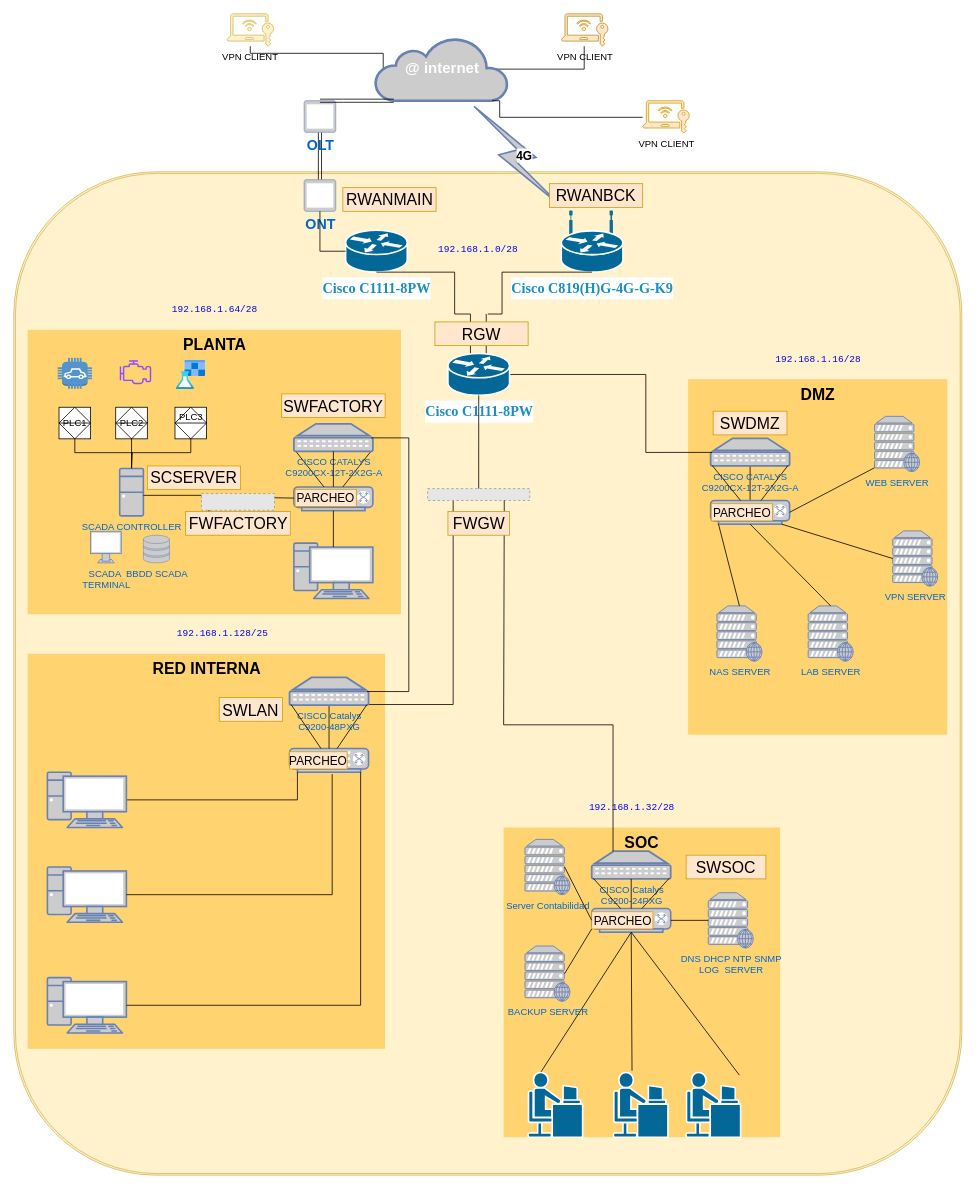
This is auditoria_ficti.drawio from hotspotcepeda/audit_ficti, a draw.io file, before an edit. Source tidied: cells renumbered, new cells numbered last; positions are measured from the earlier drawing's top-left corner, leaving out a move shared by most shapes. Both pictures are drawn from the tidied source at 79%, with x=0, y=0 at pixel (13, 13). Pictures stored in the file or linked from it are replaced by grey dashed boxes.
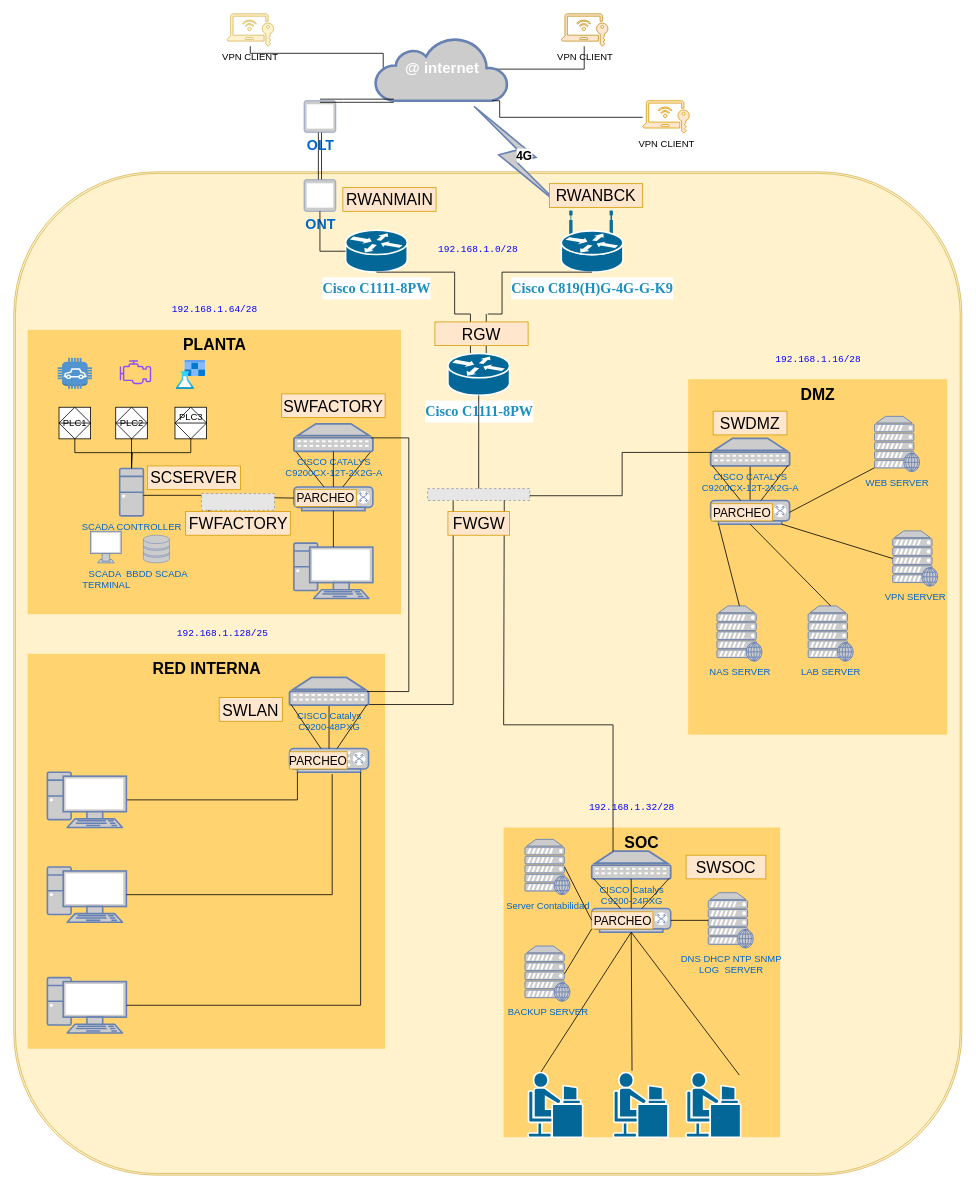
The same diagram, later.

Unchanged cells that the change refers to:
```xml
<mxCell id="43" value="CISCO CATALYS &lt;br&gt;C9200CX-12T-2X2G-A&lt;br&gt;" style="fontColor=#0066CC;verticalAlign=top;verticalLabelPosition=bottom;labelPosition=center;align=center;html=1;outlineConnect=0;fillColor=#CCCCCC;strokeColor=#6881B3;gradientColor=none;gradientDirection=north;strokeWidth=2;shape=mxgraph.networks.patch_panel;" parent="1" vertex="1">
  <mxGeometry x="882" y="537.3" width="100" height="35" as="geometry" />
</mxCell>
<mxCell id="79" value="&lt;h1 style=&quot;border-color: var(--border-color); box-sizing: border-box; font-size: 18px; margin: 0px; line-height: 1.75rem; font-family: Montserrat, serif; color: rgb(28, 142, 193); padding-top: 0px; text-align: start; background-color: rgb(255, 255, 255);&quot; class=&quot;product--title&quot;&gt;Cisco C1111-8PW&lt;br&gt;&lt;/h1&gt;" style="shape=mxgraph.cisco.routers.router;sketch=0;html=1;dashed=0;fillColor=#036897;strokeColor=#ffffff;strokeWidth=2;verticalLabelPosition=bottom;verticalAlign=top;align=center;outlineConnect=0;" parent="1" vertex="1">
  <mxGeometry x="549.5" y="430" width="78" height="53" as="geometry" />
</mxCell>
<mxCell id="83" style="fillColor=#E6E6E6;strokeColor=#999999;dashed=1;verticalLabelPosition=bottom;labelBackgroundColor=default;verticalAlign=top;" parent="1" vertex="1">
  <mxGeometry x="523.8" y="601" width="129.3" height="15" as="geometry" />
</mxCell>
```

What changed in the source:
```diff
@@
-    <mxCell id="75" style="edgeStyle=orthogonalEdgeStyle;rounded=0;jettySize=auto;html=1;endArrow=none;endFill=0;exitX=1;exitY=0.5;exitDx=0;exitDy=0;exitPerimeter=0;entryX=0.02;entryY=0.51;entryDx=0;entryDy=0;entryPerimeter=0;" parent="1" edge="1" source="79" target="43">
+    <mxCell id="75" style="edgeStyle=orthogonalEdgeStyle;rounded=0;jettySize=auto;html=1;endArrow=none;endFill=0;exitX=1;exitY=0.5;exitDx=0;exitDy=0;entryX=0.02;entryY=0.51;entryDx=0;entryDy=0;entryPerimeter=0;" parent="1" edge="1" source="83" target="43">
       <mxGeometry relative="1" as="geometry">
         <Array as="points">
-          <mxPoint x="800" y="456" />
-          <mxPoint x="800" y="555" />
+          <mxPoint x="770" y="610" />
+          <mxPoint x="770" y="555" />
         </Array>
       </mxGeometry>
     </mxCell>
```
